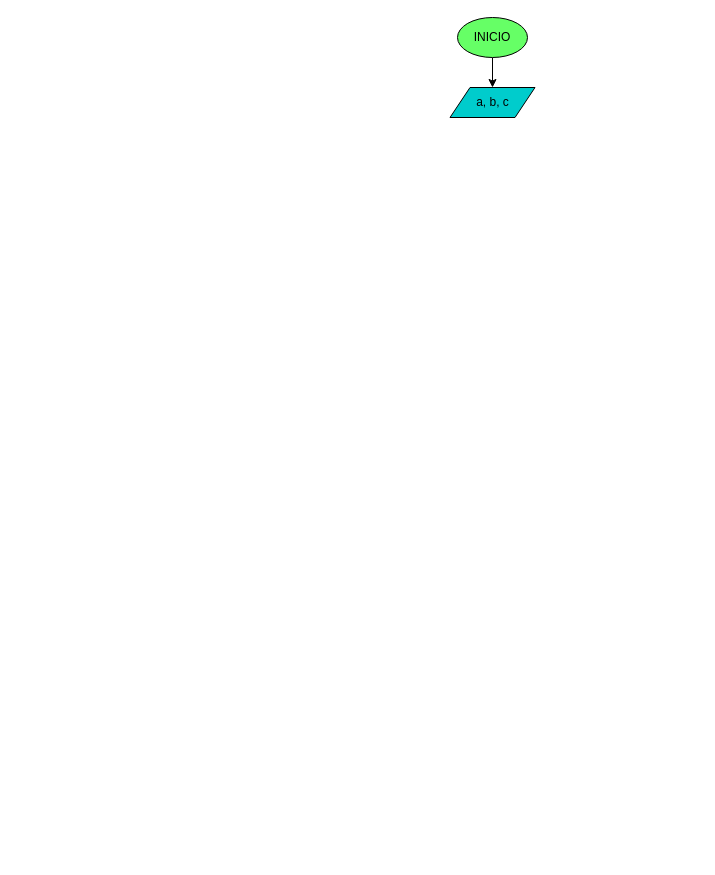
Before: diagrama.drawio in sistemas-colegio-guanenta/quiz-condicionales-bb-gil, a draw.io diagram. Source tidied: cells renumbered, new cells numbered last; positions are measured from the earlier drawing's top-left corner, leaving out a move shared by most shapes. Both pictures are drawn from the tidied source at 100%, with x=0, y=0 at pixel (449, 17).
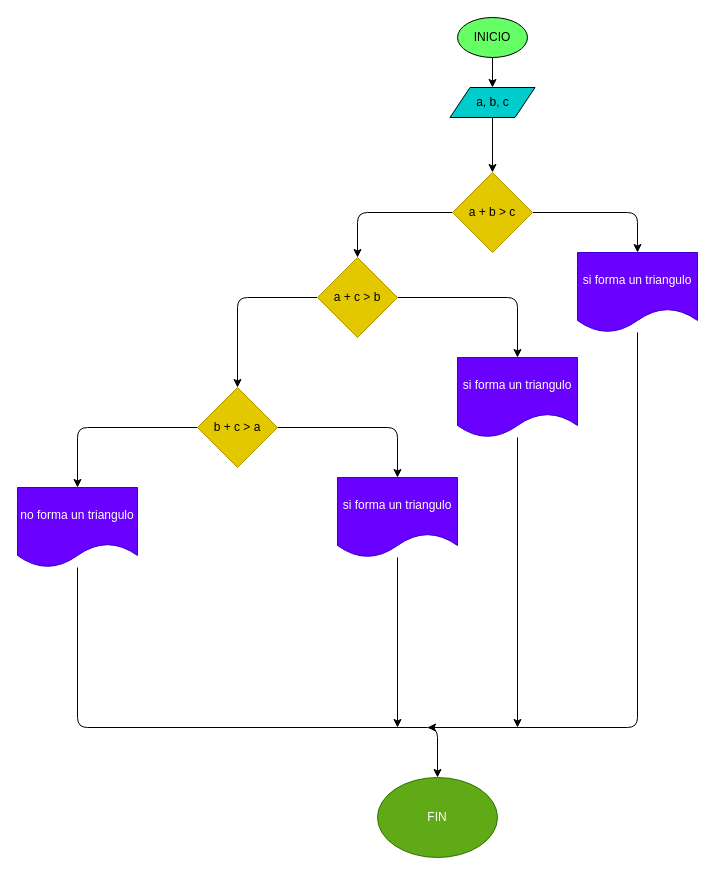
Above is the later version.

The change refers to these unchanged cells:
```xml
<mxCell id="4" value="a, b, c" style="shape=parallelogram;perimeter=parallelogramPerimeter;whiteSpace=wrap;html=1;fixedSize=1;fillColor=#00CCCC;" parent="1" vertex="1">
  <mxGeometry x="0.5" y="70" width="85" height="30" as="geometry" />
</mxCell>
```

What changed in the source:
```diff
@@
+    <mxCell id="5" style="edgeStyle=none;html=1;" parent="1" edge="1" source="4" target="8">
+      <mxGeometry relative="1" as="geometry" />
+    </mxCell>
@@
+    <mxCell id="6" style="edgeStyle=none;html=1;" parent="1" edge="1" source="8" target="11">
+      <mxGeometry relative="1" as="geometry">
+        <Array as="points">
+          <mxPoint x="-92" y="195" />
+        </Array>
+      </mxGeometry>
+    </mxCell>
+    <mxCell id="7" style="edgeStyle=none;html=1;" parent="1" edge="1" source="8" target="16">
+      <mxGeometry relative="1" as="geometry">
+        <Array as="points">
+          <mxPoint x="188" y="195" />
+        </Array>
+      </mxGeometry>
+    </mxCell>
+    <mxCell id="8" value="a + b &amp;gt; c" style="rhombus;whiteSpace=wrap;html=1;fillColor=#e3c800;fontColor=#000000;strokeColor=#B09500;" parent="1" vertex="1">
+      <mxGeometry x="3" y="155" width="80" height="80" as="geometry" />
+    </mxCell>
+    <mxCell id="9" style="edgeStyle=none;html=1;" parent="1" edge="1" source="11" target="14">
+      <mxGeometry relative="1" as="geometry">
+        <Array as="points">
+          <mxPoint x="-212" y="280" />
+        </Array>
+      </mxGeometry>
+    </mxCell>
+    <mxCell id="10" style="edgeStyle=none;html=1;" parent="1" edge="1" source="11" target="18">
+      <mxGeometry relative="1" as="geometry">
+        <Array as="points">
+          <mxPoint x="68" y="280" />
+        </Array>
+      </mxGeometry>
+    </mxCell>
+    <mxCell id="11" value="a + c &amp;gt; b" style="rhombus;whiteSpace=wrap;html=1;fillColor=#e3c800;fontColor=#000000;strokeColor=#B09500;" parent="1" vertex="1">
+      <mxGeometry x="-132" y="240" width="80" height="80" as="geometry" />
+    </mxCell>
+    <mxCell id="12" style="edgeStyle=none;html=1;" parent="1" edge="1" source="14" target="20">
+      <mxGeometry relative="1" as="geometry">
+        <Array as="points">
+          <mxPoint x="-52" y="410" />
+        </Array>
+      </mxGeometry>
+    </mxCell>
+    <mxCell id="13" style="edgeStyle=none;html=1;" parent="1" edge="1" source="14" target="22">
+      <mxGeometry relative="1" as="geometry">
+        <Array as="points">
+          <mxPoint x="-372" y="410" />
+        </Array>
+      </mxGeometry>
+    </mxCell>
+    <mxCell id="14" value="b + c &amp;gt; a" style="rhombus;whiteSpace=wrap;html=1;fillColor=#e3c800;fontColor=#000000;strokeColor=#B09500;" parent="1" vertex="1">
+      <mxGeometry x="-252" y="370" width="80" height="80" as="geometry" />
+    </mxCell>
+    <mxCell id="15" style="edgeStyle=none;html=1;" parent="1" edge="1" source="16">
+      <mxGeometry relative="1" as="geometry">
+        <mxPoint x="-22" y="710" as="targetPoint" />
+        <Array as="points">
+          <mxPoint x="188" y="710" />
+        </Array>
+      </mxGeometry>
+    </mxCell>
+    <mxCell id="16" value="si forma un triangulo" style="shape=document;whiteSpace=wrap;html=1;boundedLbl=1;fillColor=#6a00ff;fontColor=#ffffff;strokeColor=#3700CC;" parent="1" vertex="1">
+      <mxGeometry x="128" y="235" width="120" height="80" as="geometry" />
+    </mxCell>
+    <mxCell id="17" style="edgeStyle=none;html=1;" parent="1" edge="1" source="18">
+      <mxGeometry relative="1" as="geometry">
+        <mxPoint x="68" y="710" as="targetPoint" />
+      </mxGeometry>
+    </mxCell>
+    <mxCell id="18" value="si forma un triangulo" style="shape=document;whiteSpace=wrap;html=1;boundedLbl=1;fillColor=#6a00ff;fontColor=#ffffff;strokeColor=#3700CC;" parent="1" vertex="1">
+      <mxGeometry x="8" y="340" width="120" height="80" as="geometry" />
+    </mxCell>
+    <mxCell id="19" style="edgeStyle=none;html=1;" parent="1" edge="1" source="20">
+      <mxGeometry relative="1" as="geometry">
+        <mxPoint x="-52" y="710" as="targetPoint" />
+      </mxGeometry>
+    </mxCell>
+    <mxCell id="20" value="si forma un triangulo" style="shape=document;whiteSpace=wrap;html=1;boundedLbl=1;fillColor=#6a00ff;fontColor=#ffffff;strokeColor=#3700CC;" parent="1" vertex="1">
+      <mxGeometry x="-112" y="460" width="120" height="80" as="geometry" />
+    </mxCell>
+    <mxCell id="21" style="edgeStyle=none;html=1;" parent="1" edge="1" source="22" target="23">
+      <mxGeometry relative="1" as="geometry">
+        <Array as="points">
+          <mxPoint x="-372" y="710" />
+          <mxPoint x="-12" y="710" />
+        </Array>
+      </mxGeometry>
+    </mxCell>
+    <mxCell id="22" value="no forma un triangulo" style="shape=document;whiteSpace=wrap;html=1;boundedLbl=1;fillColor=#6a00ff;fontColor=#ffffff;strokeColor=#3700CC;" parent="1" vertex="1">
+      <mxGeometry x="-432" y="470" width="120" height="80" as="geometry" />
+    </mxCell>
+    <mxCell id="23" value="FIN" style="ellipse;whiteSpace=wrap;html=1;fillColor=#60a917;fontColor=#ffffff;strokeColor=#2D7600;" parent="1" vertex="1">
+      <mxGeometry x="-72" y="760" width="120" height="80" as="geometry" />
+    </mxCell>
```
